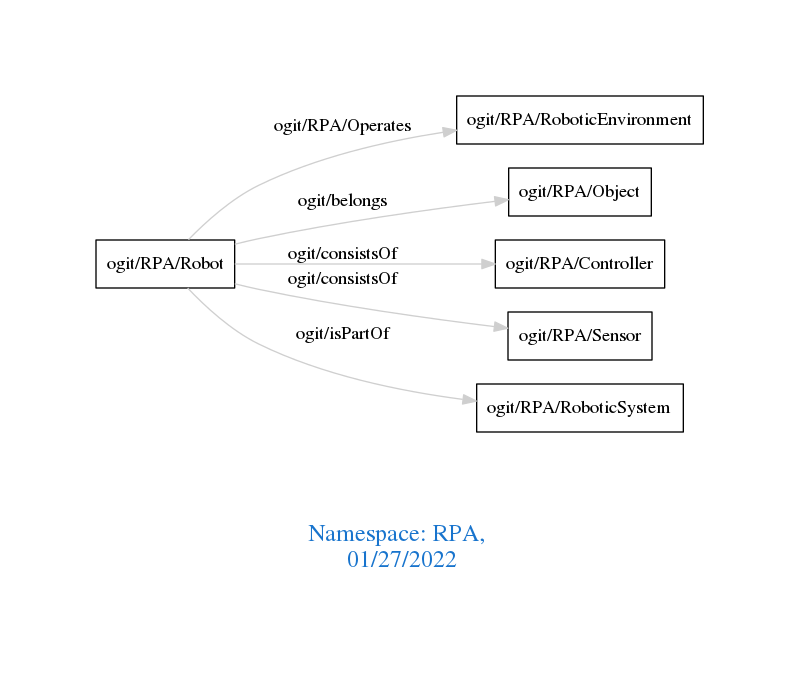
Earlier version of the Graphviz export downloads/RPA.png (arago/OGIT). Its source is kept beside it as downloads/RPA.dot.
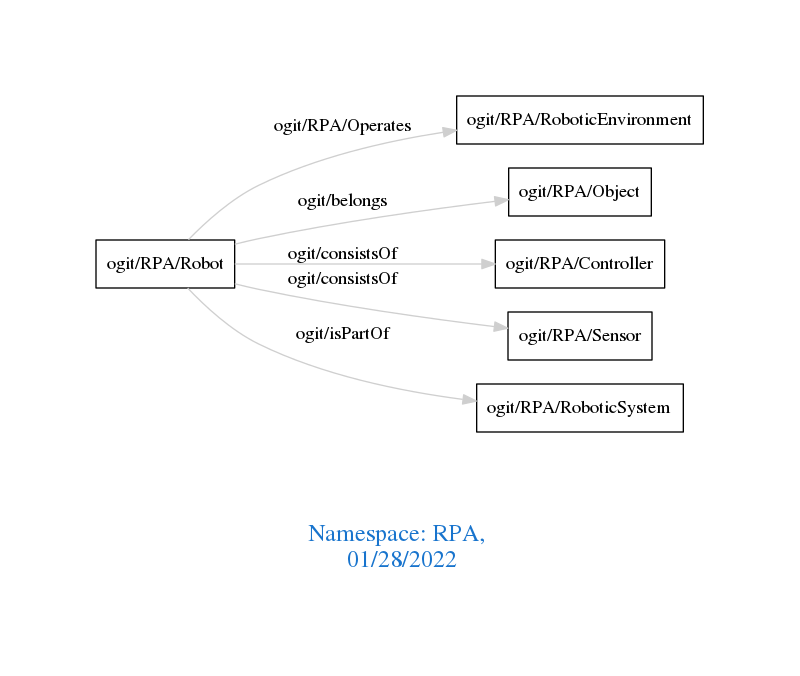
After the change.

Change to the diagram source:
```diff
@@ -1,7 +1,7 @@
 digraph OGIT_ontology {
  graph [ rankdir= LR,pad=1
 fontsize = 18,
-fontcolor= dodgerblue3,label = "\n\n\nNamespace: RPA, \n 01/27/2022"];
+fontcolor= dodgerblue3,label = "\n\n\nNamespace: RPA, \n 01/28/2022"];
 node[shape=polygon];
 edge [  color="gray81"];
 
```
